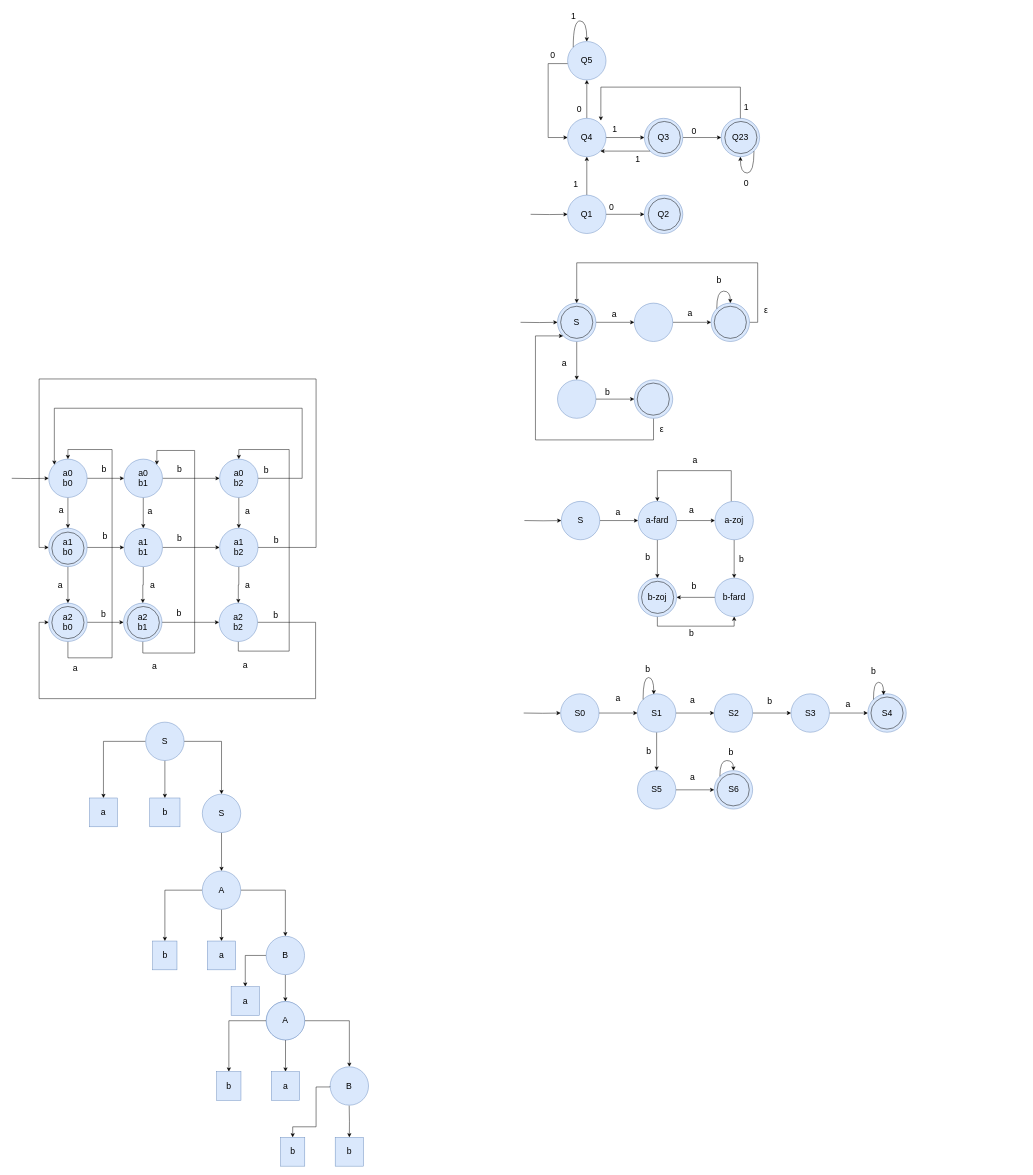
Above: HW5/HW5 diagram .drawio in mohsenkamini/SBU_FLA (draw.io), before the change. Source tidied: cells renumbered, new cells numbered last; positions are measured from the earlier drawing's top-left corner, leaving out a move shared by most shapes. Both pictures are drawn from the tidied source at 48%, with x=0, y=0 at pixel (12, 8).
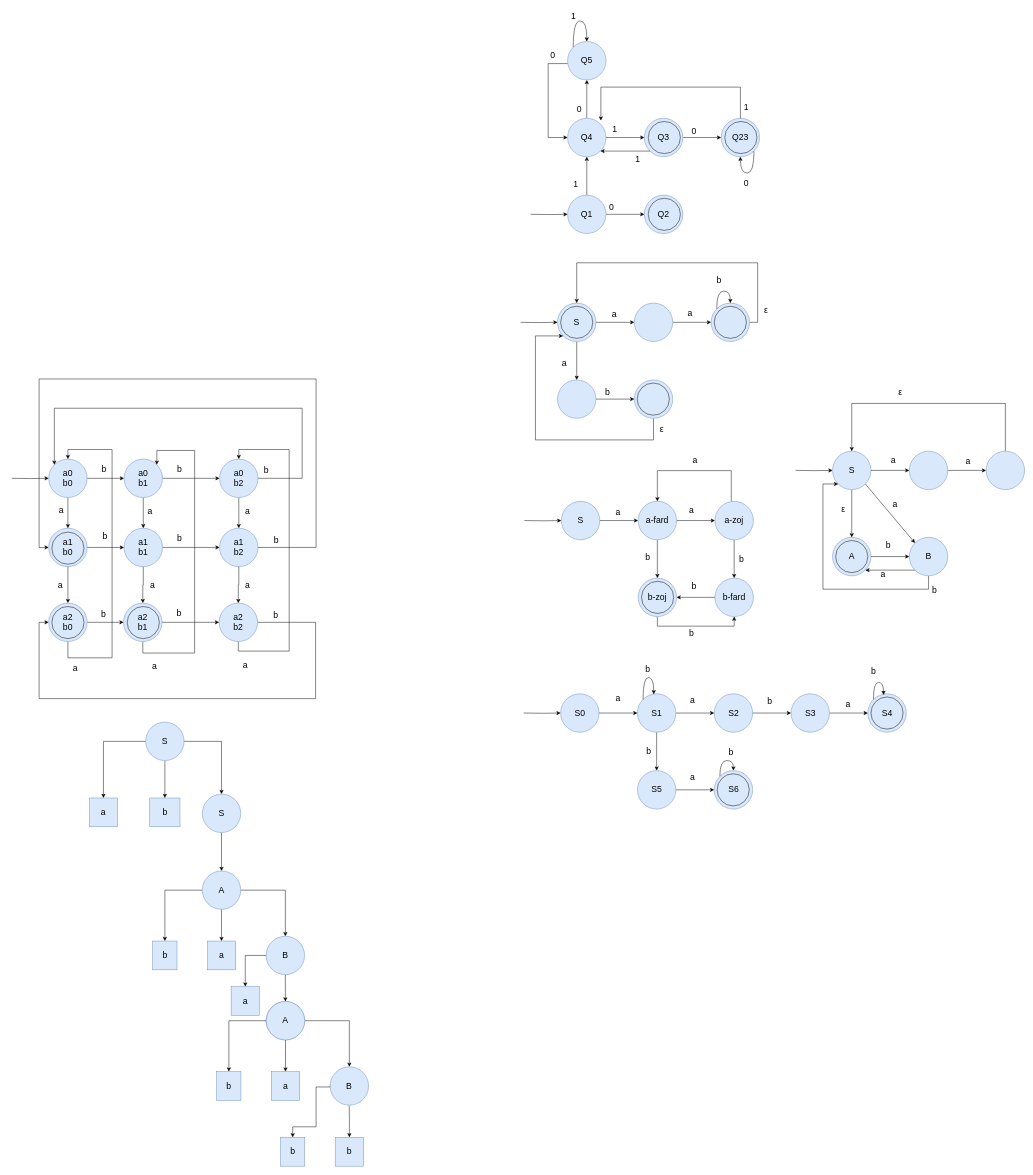
After the change.

Change to the diagram source:
```diff
@@
+    <mxCell id="184" style="edgeStyle=orthogonalEdgeStyle;rounded=0;jettySize=auto;html=1;fontFamily=Helvetica;fontSize=18;fontColor=default;" parent="1" edge="1" source="187" target="190">
+      <mxGeometry relative="1" as="geometry" />
+    </mxCell>
+    <mxCell id="185" style="edgeStyle=orthogonalEdgeStyle;rounded=0;jettySize=auto;html=1;fontFamily=Helvetica;fontSize=18;fontColor=default;" parent="1" edge="1" source="187" target="197">
+      <mxGeometry relative="1" as="geometry" />
+    </mxCell>
+    <mxCell id="186" style="rounded=0;jettySize=auto;html=1;exitX=1;exitY=1;exitDx=0;exitDy=0;entryX=0;entryY=0;entryDx=0;entryDy=0;fontFamily=Helvetica;fontSize=18;fontColor=default;" parent="1" edge="1" source="187" target="201">
+      <mxGeometry relative="1" as="geometry" />
+    </mxCell>
+    <mxCell id="187" value="S" style="ellipse;whiteSpace=wrap;html=1;hachureGap=4;fillColor=#dae8fc;strokeColor=#6c8ebf;rounded=0;fontSize=18;" parent="1" vertex="1">
+      <mxGeometry x="1710" y="922.5" width="80" height="80" as="geometry" />
+    </mxCell>
+    <mxCell id="188" style="edgeStyle=orthogonalEdgeStyle;rounded=0;jettySize=auto;html=1;fontSize=18;entryX=0;entryY=0.5;entryDx=0;entryDy=0;" parent="1" edge="1" target="187">
+      <mxGeometry relative="1" as="geometry">
+        <mxPoint x="1633" y="962.5" as="sourcePoint" />
+      </mxGeometry>
+    </mxCell>
+    <mxCell id="189" style="edgeStyle=orthogonalEdgeStyle;rounded=0;jettySize=auto;html=1;fontFamily=Helvetica;fontSize=18;fontColor=default;" parent="1" edge="1" source="190" target="193">
+      <mxGeometry relative="1" as="geometry" />
+    </mxCell>
+    <mxCell id="190" style="ellipse;whiteSpace=wrap;html=1;hachureGap=4;fillColor=#dae8fc;strokeColor=#6c8ebf;rounded=0;fontSize=18;" parent="1" vertex="1">
+      <mxGeometry x="1870" y="922.5" width="80" height="80" as="geometry" />
+    </mxCell>
+    <mxCell id="191" value="a" style="text;html=1;align=center;verticalAlign=middle;strokeColor=none;fillColor=none;fontFamily=Helvetica;fontSize=18;fontColor=default;" parent="1" vertex="1">
+      <mxGeometry x="1822" y="924" width="28" height="34" as="geometry" />
+    </mxCell>
+    <mxCell id="192" style="edgeStyle=orthogonalEdgeStyle;rounded=0;jettySize=auto;html=1;entryX=0.5;entryY=0;entryDx=0;entryDy=0;fontFamily=Helvetica;fontSize=18;fontColor=default;" parent="1" edge="1" source="193" target="187">
+      <mxGeometry relative="1" as="geometry">
+        <Array as="points">
+          <mxPoint x="2070" y="823" />
+          <mxPoint x="1750" y="823" />
+        </Array>
+      </mxGeometry>
+    </mxCell>
+    <mxCell id="193" style="ellipse;whiteSpace=wrap;html=1;hachureGap=4;fillColor=#dae8fc;strokeColor=#6c8ebf;rounded=0;fontSize=18;" parent="1" vertex="1">
+      <mxGeometry x="2030" y="922.5" width="80" height="80" as="geometry" />
+    </mxCell>
+    <mxCell id="194" value="a" style="text;html=1;align=center;verticalAlign=middle;strokeColor=none;fillColor=none;fontFamily=Helvetica;fontSize=18;fontColor=default;" parent="1" vertex="1">
+      <mxGeometry x="1978" y="926" width="28" height="34" as="geometry" />
+    </mxCell>
+    <mxCell id="195" value="ε" style="text;html=1;align=center;verticalAlign=middle;strokeColor=none;fillColor=none;fontFamily=Helvetica;fontSize=18;fontColor=default;" parent="1" vertex="1">
+      <mxGeometry x="1837.5" y="783" width="26" height="34" as="geometry" />
+    </mxCell>
+    <mxCell id="196" style="edgeStyle=orthogonalEdgeStyle;rounded=0;jettySize=auto;html=1;fontFamily=Helvetica;fontSize=18;fontColor=default;" parent="1" edge="1" source="197" target="201">
+      <mxGeometry relative="1" as="geometry" />
+    </mxCell>
+    <mxCell id="197" value="A" style="ellipse;whiteSpace=wrap;html=1;hachureGap=4;fillColor=#dae8fc;strokeColor=#6c8ebf;rounded=0;fontSize=18;" parent="1" vertex="1">
+      <mxGeometry x="1710" y="1102" width="80" height="80" as="geometry" />
+    </mxCell>
+    <mxCell id="198" value="ε" style="text;html=1;align=center;verticalAlign=middle;strokeColor=none;fillColor=none;fontFamily=Helvetica;fontSize=18;fontColor=default;" parent="1" vertex="1">
+      <mxGeometry x="1719" y="1027" width="26" height="34" as="geometry" />
+    </mxCell>
+    <mxCell id="199" style="edgeStyle=orthogonalEdgeStyle;rounded=0;jettySize=auto;html=1;entryX=0;entryY=1;entryDx=0;entryDy=0;fontFamily=Helvetica;fontSize=18;fontColor=default;" parent="1" edge="1" source="201" target="187">
+      <mxGeometry relative="1" as="geometry">
+        <Array as="points">
+          <mxPoint x="1910" y="1210" />
+          <mxPoint x="1690" y="1210" />
+          <mxPoint x="1690" y="991" />
+        </Array>
+      </mxGeometry>
+    </mxCell>
+    <mxCell id="200" style="edgeStyle=orthogonalEdgeStyle;rounded=0;jettySize=auto;html=1;exitX=0;exitY=1;exitDx=0;exitDy=0;entryX=1;entryY=1;entryDx=0;entryDy=0;fontFamily=Helvetica;fontSize=18;fontColor=default;" parent="1" edge="1" source="201" target="197">
+      <mxGeometry relative="1" as="geometry" />
+    </mxCell>
+    <mxCell id="201" value="B" style="ellipse;whiteSpace=wrap;html=1;hachureGap=4;fillColor=#dae8fc;strokeColor=#6c8ebf;rounded=0;fontSize=18;" parent="1" vertex="1">
+      <mxGeometry x="1870" y="1102" width="80" height="80" as="geometry" />
+    </mxCell>
+    <mxCell id="202" value="b" style="text;html=1;align=center;verticalAlign=middle;strokeColor=none;fillColor=none;fontFamily=Helvetica;fontSize=18;fontColor=default;" parent="1" vertex="1">
+      <mxGeometry x="1812" y="1102" width="28" height="34" as="geometry" />
+    </mxCell>
+    <mxCell id="203" value="a" style="text;html=1;align=center;verticalAlign=middle;strokeColor=none;fillColor=none;fontFamily=Helvetica;fontSize=18;fontColor=default;" parent="1" vertex="1">
+      <mxGeometry x="1826" y="1016" width="28" height="34" as="geometry" />
+    </mxCell>
+    <mxCell id="204" style="ellipse;whiteSpace=wrap;html=1;align=center;verticalAlign=middle;fontFamily=Helvetica;fontSize=18;fontColor=default;fillColor=none;gradientColor=none;strokeColor=#000000;" parent="1" vertex="1">
+      <mxGeometry x="1716.5" y="1108.5" width="67" height="67" as="geometry" />
+    </mxCell>
+    <mxCell id="205" value="b" style="text;html=1;align=center;verticalAlign=middle;strokeColor=none;fillColor=none;fontFamily=Helvetica;fontSize=18;fontColor=default;" parent="1" vertex="1">
+      <mxGeometry x="1908" y="1196" width="28" height="34" as="geometry" />
+    </mxCell>
+    <mxCell id="206" value="a" style="text;html=1;align=center;verticalAlign=middle;strokeColor=none;fillColor=none;fontFamily=Helvetica;fontSize=18;fontColor=default;" parent="1" vertex="1">
+      <mxGeometry x="1801" y="1163" width="28" height="34" as="geometry" />
+    </mxCell>
```
